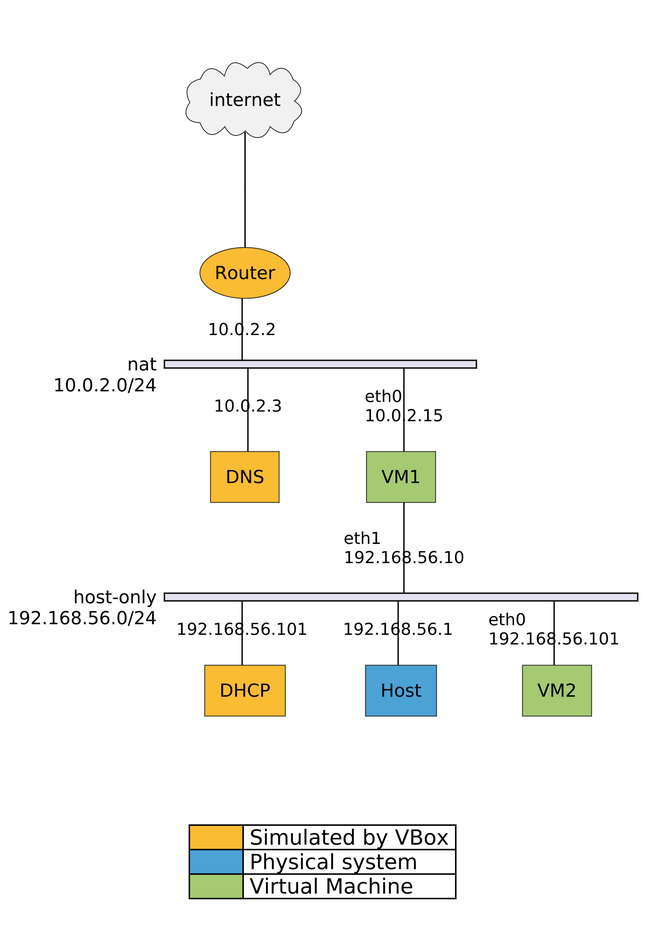
HoGentTIN/linux-training-hogent keeps this PlantUML diagram as modules/virtualbox_networking/assets/vbox-nat-host-only.png. Above is the earlier version.
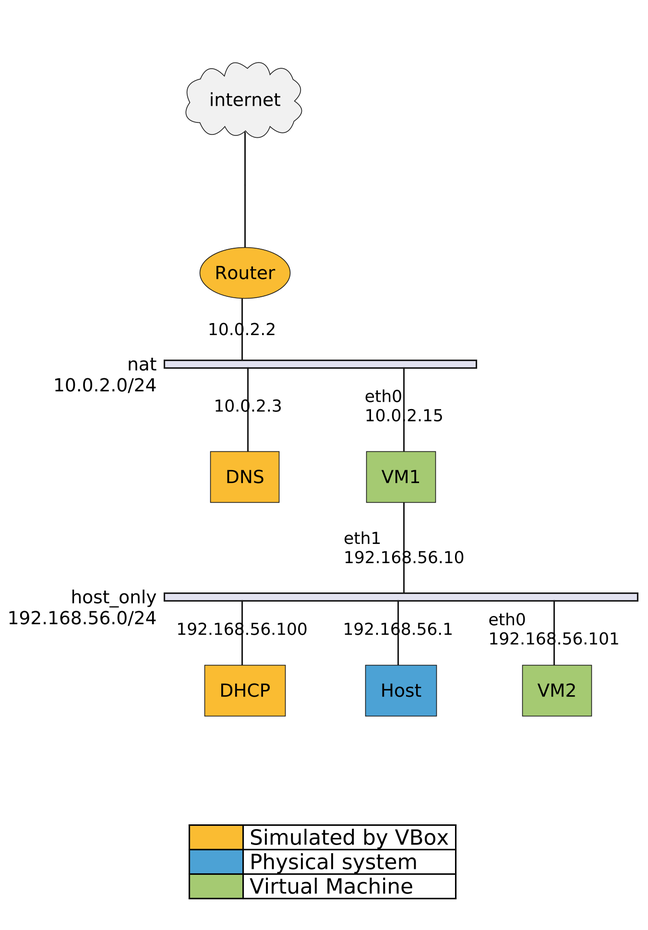
The same file after the commit.

Commit message:
Fix wrong IP address in network diagram

What changed in the source:
```diff
@@ -18,10 +18,10 @@
         VM1 [ address = "eth0\n10.0.2.15", color = "#A5CA72" ];
     }
 
-    network host-only {
+    network host_only {
         address = "192.168.56.0/24";
 
-        DHCP [ address = "192.168.56.101" , color = "#FABC32"];
+        DHCP [ address = "192.168.56.100" , color = "#FABC32"];
         Host [ address = "192.168.56.1" , color = "#4CA2D5" ];
 
         VM1 [ address = "eth1\n192.168.56.10", color = "#A5CA72" ];
```
